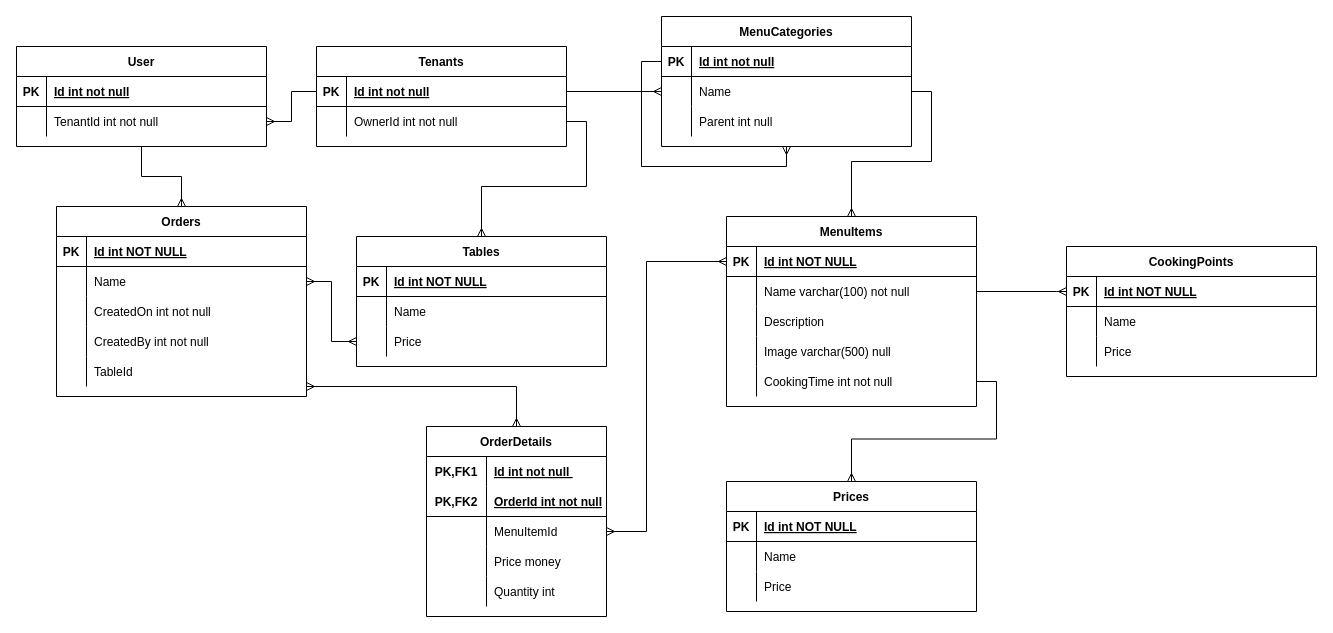
Above: ERD.drawio in pap110293/RN02_FinalProject (draw.io), before the change. Source tidied: cells renumbered, new cells numbered last; positions are measured from the earlier drawing's top-left corner, leaving out a move shared by most shapes. Both pictures are drawn from the tidied source at 100%, with x=0, y=0 at pixel (16, 16).
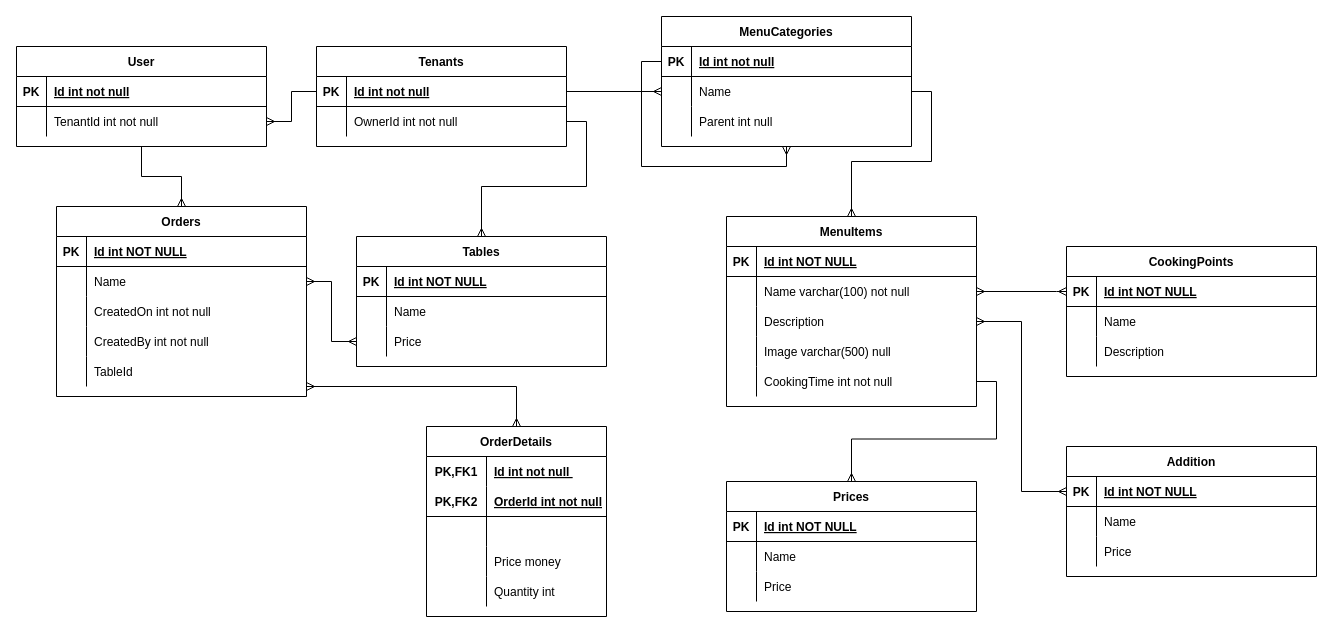
The same diagram, later.

Unchanged cells that the change refers to:
```xml
<mxCell id="3" style="shape=partialRectangle;fillColor=none;points=[[0,0.5],[1,0.5]];portConstraint=eastwest;top=0;left=0;right=0;bottom=1;" parent="2" vertex="1">
  <mxGeometry y="30" width="250" height="30" as="geometry" />
</mxCell>
<mxCell id="6" style="shape=partialRectangle;fillColor=none;points=[[0,0.5],[1,0.5]];portConstraint=eastwest;top=0;left=0;right=0;bottom=0;" parent="2" vertex="1">
  <mxGeometry y="60" width="250" height="30" as="geometry" />
</mxCell>
<mxCell id="9" style="shape=partialRectangle;fillColor=none;points=[[0,0.5],[1,0.5]];portConstraint=eastwest;top=0;left=0;right=0;bottom=0;" parent="2" vertex="1">
  <mxGeometry y="90" width="250" height="30" as="geometry" />
</mxCell>
<mxCell id="50" style="shape=partialRectangle;fillColor=none;points=[[0,0.5],[1,0.5]];portConstraint=eastwest;top=0;left=0;right=0;bottom=1;" parent="49" vertex="1">
  <mxGeometry y="30" width="250" height="30" as="geometry" />
</mxCell>
<mxCell id="56" style="shape=partialRectangle;fillColor=none;top=0;left=0;right=0;bottom=0;" parent="49" vertex="1">
  <mxGeometry y="90" width="250" height="30" as="geometry" />
</mxCell>
<mxCell id="105" style="shape=partialRectangle;fillColor=none;top=0;left=0;bottom=0;right=0;points=[[0,0.5],[1,0.5]];portConstraint=eastwest;" parent="98" vertex="1">
  <mxGeometry y="90" width="180" height="30" as="geometry" />
</mxCell>
```

The edit, as a diff of the source:
```diff
@@
-    <mxCell id="58" value="Price" style="shape=partialRectangle;overflow=hidden;fillColor=none;top=0;left=0;bottom=0;right=0;align=left;spacingLeft=6;" parent="56" vertex="1">
+    <mxCell id="58" value="Description" style="shape=partialRectangle;overflow=hidden;fillColor=none;top=0;left=0;bottom=0;right=0;align=left;spacingLeft=6;" parent="56" vertex="1">
       <mxGeometry x="30" width="220" height="30" as="geometry" />
     </mxCell>
-    <mxCell id="59" style="edgeStyle=orthogonalEdgeStyle;rounded=0;jettySize=auto;html=1;exitX=0;exitY=0.5;exitDx=0;exitDy=0;entryX=1;entryY=0.5;entryDx=0;entryDy=0;startArrow=ERmany;startFill=0;endArrow=none;endFill=0;" parent="1" edge="1" source="50" target="6">
+    <mxCell id="59" style="edgeStyle=orthogonalEdgeStyle;rounded=0;jettySize=auto;html=1;exitX=0;exitY=0.5;exitDx=0;exitDy=0;entryX=1;entryY=0.5;entryDx=0;entryDy=0;startArrow=ERmany;startFill=0;endArrow=ERmany;endFill=0;" parent="1" edge="1" source="50" target="6">
       <mxGeometry relative="1" as="geometry">
         <Array as="points">
           <mxPoint x="1040" y="275" />
           <mxPoint x="1040" y="275" />
         </Array>
       </mxGeometry>
     </mxCell>
@@
-    <mxCell id="107" value="MenuItemId" style="shape=partialRectangle;fillColor=none;top=0;left=0;bottom=0;right=0;align=left;spacingLeft=6;overflow=hidden;" parent="105" vertex="1">
+    <mxCell id="107" style="shape=partialRectangle;fillColor=none;top=0;left=0;bottom=0;right=0;align=left;spacingLeft=6;overflow=hidden;" parent="105" vertex="1">
       <mxGeometry x="60" width="120" height="30" as="geometry" />
     </mxCell>
@@
-    <mxCell id="114" style="edgeStyle=orthogonalEdgeStyle;rounded=0;jettySize=auto;html=1;exitX=1;exitY=0.5;exitDx=0;exitDy=0;entryX=0;entryY=0.5;entryDx=0;entryDy=0;startArrow=ERmany;startFill=0;endArrow=ERmany;endFill=0;" parent="1" edge="1" source="105" target="3">
-      <mxGeometry relative="1" as="geometry">
-        <Array as="points">
-          <mxPoint x="630" y="515" />
-          <mxPoint x="630" y="245" />
-        </Array>
-      </mxGeometry>
-    </mxCell>
+    <mxCell id="115" value="Addition" style="shape=table;startSize=30;childLayout=tableLayout;rowLines=0;fontStyle=1;align=center;" parent="1" vertex="1">
+      <mxGeometry x="1050" y="430" width="250" height="130" as="geometry" />
+    </mxCell>
+    <mxCell id="116" style="shape=partialRectangle;fillColor=none;points=[[0,0.5],[1,0.5]];portConstraint=eastwest;top=0;left=0;right=0;bottom=1;" parent="115" vertex="1">
+      <mxGeometry y="30" width="250" height="30" as="geometry" />
+    </mxCell>
+    <mxCell id="117" value="PK" style="shape=partialRectangle;overflow=hidden;fillColor=none;top=0;left=0;bottom=0;right=0;fontStyle=1;" parent="116" vertex="1">
+      <mxGeometry width="30" height="30" as="geometry" />
+    </mxCell>
+    <mxCell id="118" value="Id int NOT NULL " style="shape=partialRectangle;overflow=hidden;fillColor=none;top=0;left=0;bottom=0;right=0;align=left;spacingLeft=6;fontStyle=5;" parent="116" vertex="1">
+      <mxGeometry x="30" width="220" height="30" as="geometry" />
+    </mxCell>
+    <mxCell id="119" style="shape=partialRectangle;fillColor=none;top=0;left=0;right=0;bottom=0;" parent="115" vertex="1">
+      <mxGeometry y="60" width="250" height="30" as="geometry" />
+    </mxCell>
+    <mxCell id="120" style="shape=partialRectangle;overflow=hidden;fillColor=none;top=0;left=0;bottom=0;right=0;" parent="119" vertex="1">
+      <mxGeometry width="30" height="30" as="geometry" />
+    </mxCell>
+    <mxCell id="121" value="Name" style="shape=partialRectangle;overflow=hidden;fillColor=none;top=0;left=0;bottom=0;right=0;align=left;spacingLeft=6;" parent="119" vertex="1">
+      <mxGeometry x="30" width="220" height="30" as="geometry" />
+    </mxCell>
+    <mxCell id="122" style="shape=partialRectangle;fillColor=none;top=0;left=0;right=0;bottom=0;" parent="115" vertex="1">
+      <mxGeometry y="90" width="250" height="30" as="geometry" />
+    </mxCell>
+    <mxCell id="123" style="shape=partialRectangle;overflow=hidden;fillColor=none;top=0;left=0;bottom=0;right=0;" parent="122" vertex="1">
+      <mxGeometry width="30" height="30" as="geometry" />
+    </mxCell>
+    <mxCell id="124" value="Price" style="shape=partialRectangle;overflow=hidden;fillColor=none;top=0;left=0;bottom=0;right=0;align=left;spacingLeft=6;" parent="122" vertex="1">
+      <mxGeometry x="30" width="220" height="30" as="geometry" />
+    </mxCell>
+    <mxCell id="125" style="edgeStyle=orthogonalEdgeStyle;rounded=0;jettySize=auto;html=1;exitX=0;exitY=0.5;exitDx=0;exitDy=0;entryX=1;entryY=0.5;entryDx=0;entryDy=0;endArrow=ERmany;endFill=0;startArrow=ERmany;startFill=0;" parent="1" edge="1" source="116" target="9">
+      <mxGeometry relative="1" as="geometry" />
+    </mxCell>
```
